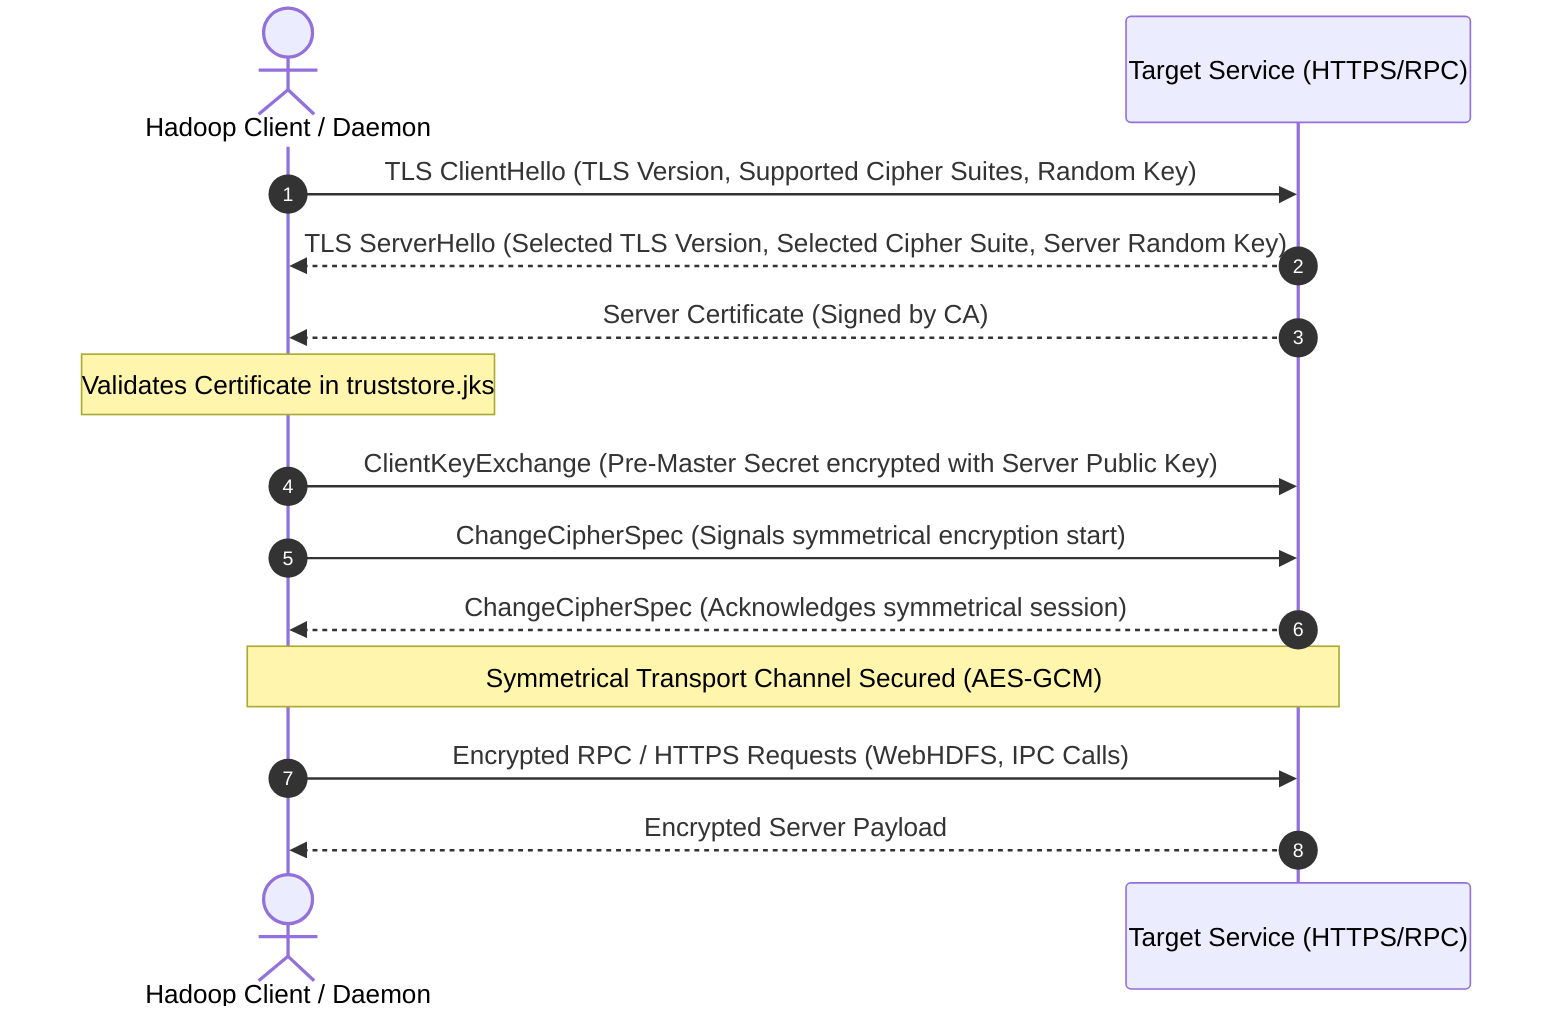
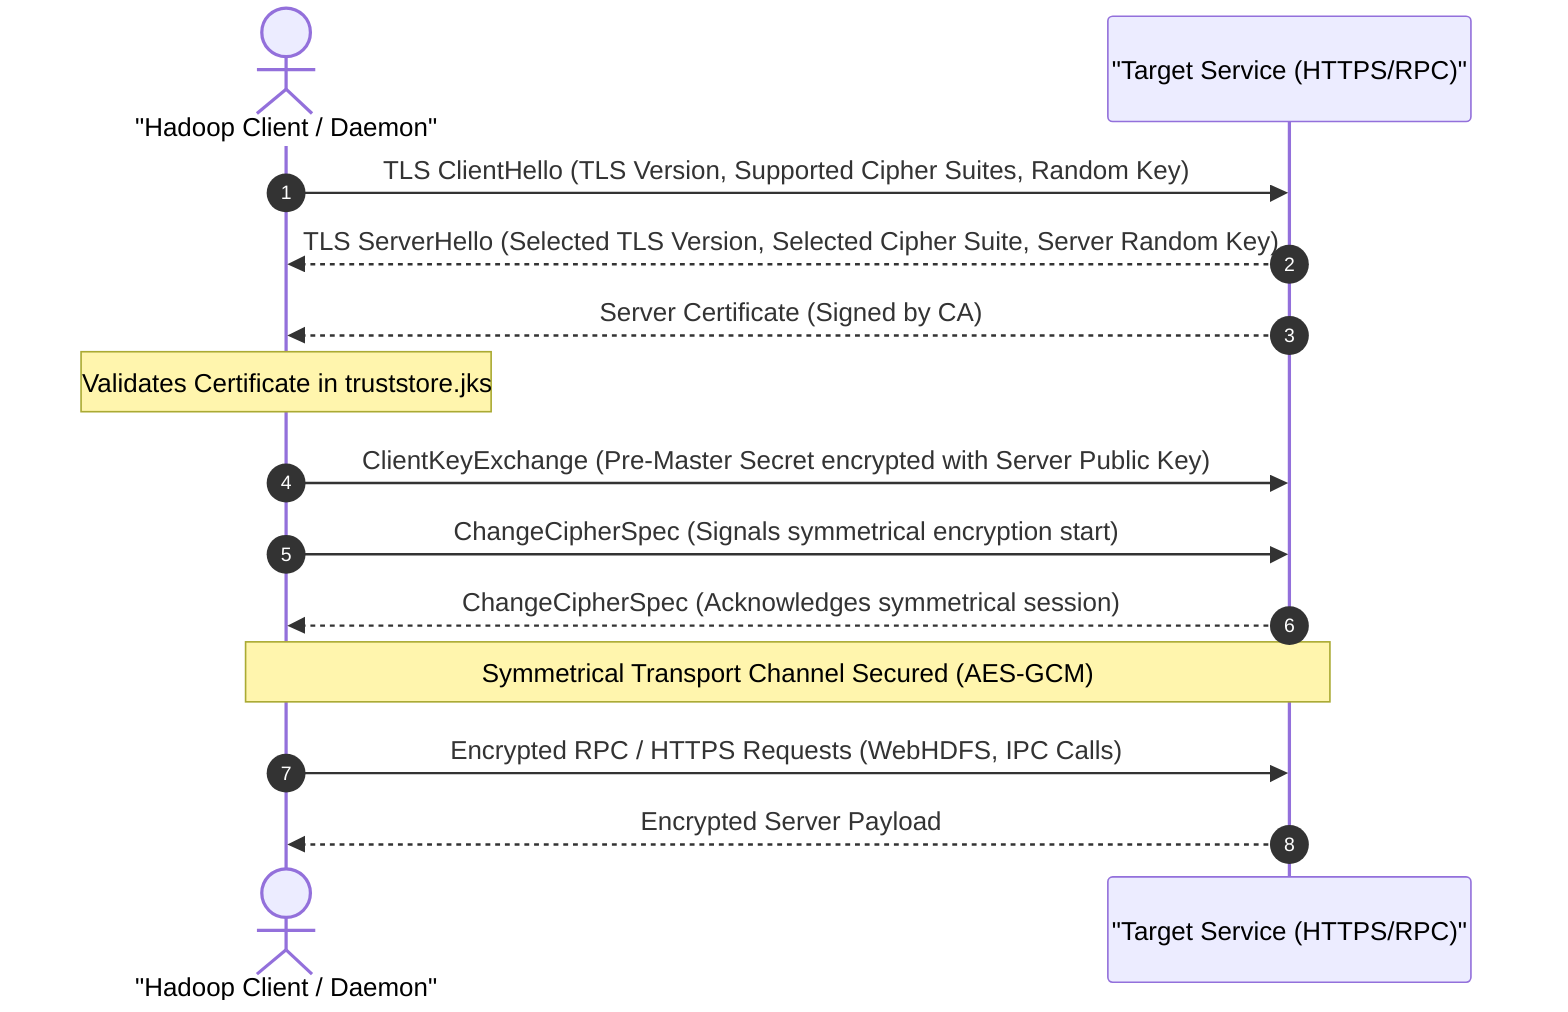
sequenceDiagram
    autonumber
-     actor Client as Hadoop Client / Daemon
-     participant Server as Target Service (HTTPS/RPC)
+     actor Client as "Hadoop Client / Daemon"
+     participant Server as "Target Service (HTTPS/RPC)"

    Client->>Server: TLS ClientHello (TLS Version, Supported Cipher Suites, Random Key)
    Server-->>Client: TLS ServerHello (Selected TLS Version, Selected Cipher Suite, Server Random Key)
    Server-->>Client: Server Certificate (Signed by CA)
    Note over Client: Validates Certificate in truststore.jks
    Client->>Server: ClientKeyExchange (Pre-Master Secret encrypted with Server Public Key)
    Client->>Server: ChangeCipherSpec (Signals symmetrical encryption start)
    Server-->>Client: ChangeCipherSpec (Acknowledges symmetrical session)
    Note over Client, Server: Symmetrical Transport Channel Secured (AES-GCM)
    Client->>Server: Encrypted RPC / HTTPS Requests (WebHDFS, IPC Calls)
    Server-->>Client: Encrypted Server Payload
